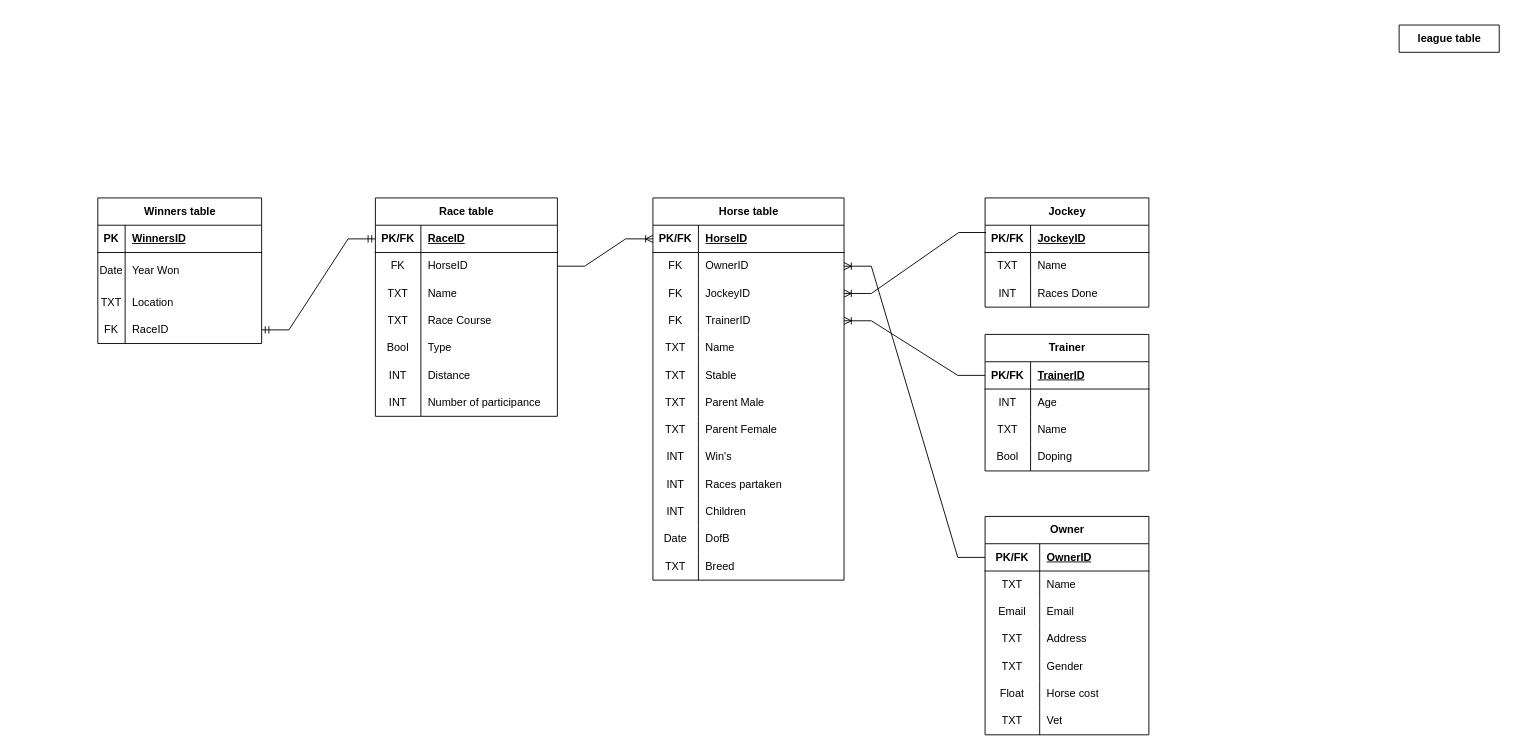
Above: Untitled Diagram.drawio in MRVN11/Database-ER-diagram (draw.io), before the change. Source tidied: cells renumbered, new cells numbered last; positions are measured from the earlier drawing's top-left corner, leaving out a move shared by most shapes. Both pictures are drawn from the tidied source at 91%, with x=0, y=0 at pixel (43, 25).
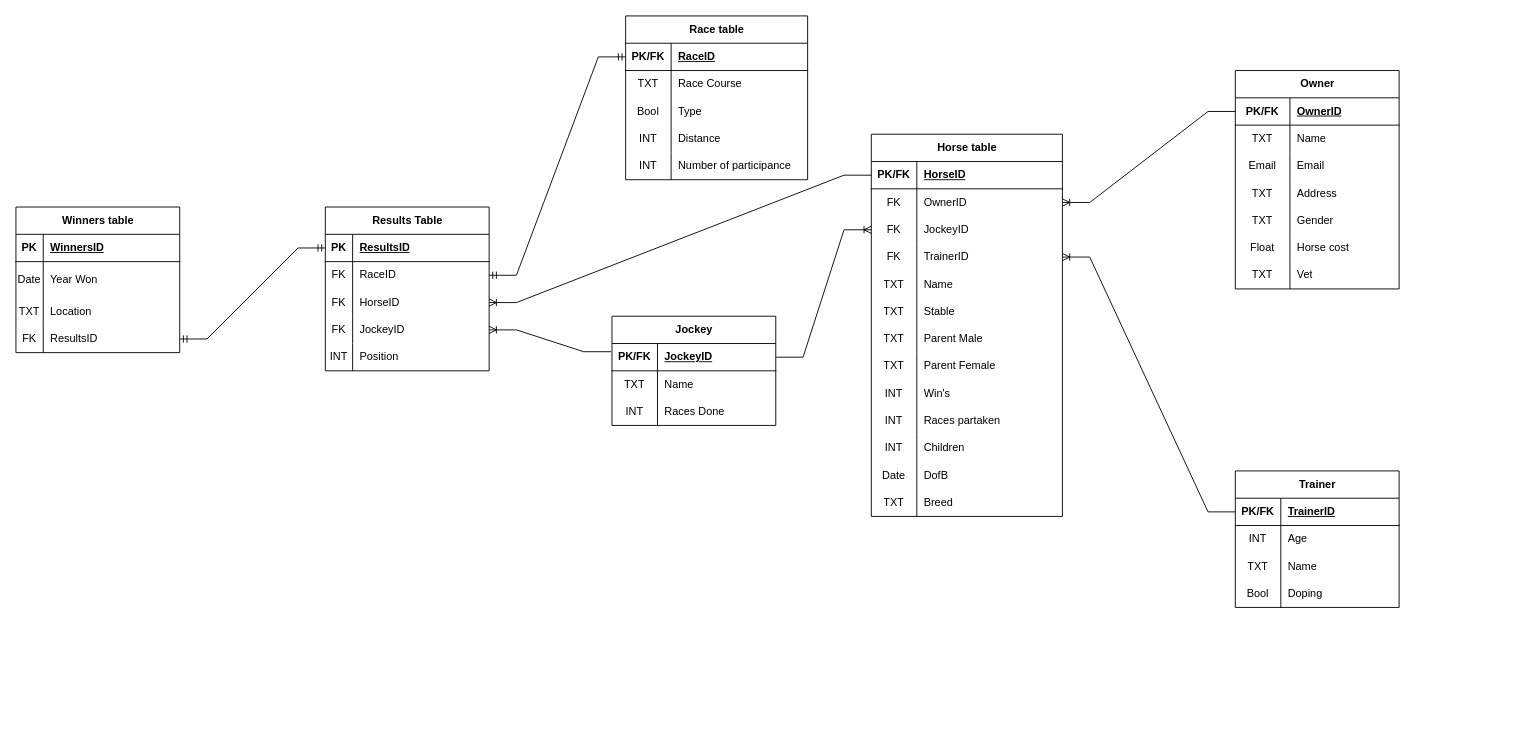
Above is the later version.

Unchanged cells that the change refers to:
```xml
<mxCell id="3" style="shape=tableRow;horizontal=0;startSize=0;swimlaneHead=0;swimlaneBody=0;fillColor=none;points=[[0,0.5],[1,0.5]];portConstraint=eastwest;top=0;left=0;right=0;bottom=1;" parent="2" vertex="1">
  <mxGeometry y="30" width="210" height="30" as="geometry" />
</mxCell>
<mxCell id="9" style="shape=tableRow;horizontal=0;startSize=0;swimlaneHead=0;swimlaneBody=0;fillColor=none;points=[[0,0.5],[1,0.5]];portConstraint=eastwest;top=0;left=0;right=0;bottom=0;" parent="2" vertex="1">
  <mxGeometry y="90" width="210" height="30" as="geometry" />
</mxCell>
<mxCell id="43" style="shape=tableRow;horizontal=0;startSize=0;swimlaneHead=0;swimlaneBody=0;fillColor=none;points=[[0,0.5],[1,0.5]];portConstraint=eastwest;top=0;left=0;right=0;bottom=1;" parent="42" vertex="1">
  <mxGeometry y="30" width="180" height="30" as="geometry" />
</mxCell>
<mxCell id="98" style="shape=tableRow;horizontal=0;startSize=0;swimlaneHead=0;swimlaneBody=0;fillColor=none;points=[[0,0.5],[1,0.5]];portConstraint=eastwest;top=0;left=0;right=0;bottom=0;" parent="88" vertex="1">
  <mxGeometry y="130" width="180" height="30" as="geometry" />
</mxCell>
<mxCell id="102" style="shape=tableRow;horizontal=0;startSize=0;swimlaneHead=0;swimlaneBody=0;fillColor=none;points=[[0,0.5],[1,0.5]];portConstraint=eastwest;top=0;left=0;right=0;bottom=1;" parent="101" vertex="1">
  <mxGeometry y="30" width="200" height="30" as="geometry" />
</mxCell>
```

Diff of the diagram source:
```diff
@@
     <mxCell id="2" value="Horse table" style="shape=table;startSize=30;childLayout=tableLayout;rowLines=0;fontStyle=1;align=center;html=1;" parent="1" vertex="1">
-      <mxGeometry x="670" y="190" width="210" height="420" as="geometry" />
+      <mxGeometry x="910" y="120" width="210" height="420" as="geometry" />
     </mxCell>
@@
     <mxCell id="42" value="Jockey" style="shape=table;startSize=30;childLayout=tableLayout;rowLines=0;fontStyle=1;align=center;html=1;" parent="1" vertex="1">
-      <mxGeometry x="1035" y="190" width="180" height="120" as="geometry" />
+      <mxGeometry x="625" y="320" width="180" height="120" as="geometry" />
     </mxCell>
@@
     <mxCell id="52" value="Owner" style="shape=table;startSize=30;childLayout=tableLayout;rowLines=0;fontStyle=1;align=center;html=1;" parent="1" vertex="1">
-      <mxGeometry x="1035" y="540" width="180" height="240" as="geometry" />
+      <mxGeometry x="1310" y="50" width="180" height="240" as="geometry" />
     </mxCell>
@@
-    <mxCell id="74" value="league table" style="shape=table;startSize=30;childLayout=tableLayout;rowLines=0;fontStyle=1;align=center;html=1;" parent="1" vertex="1" collapsed="1">
-      <mxGeometry x="1490" width="110" height="30" as="geometry" />
+    <mxCell id="74" value="Results Table" style="shape=table;startSize=30;childLayout=tableLayout;rowLines=0;fontStyle=1;align=center;html=1;" parent="1" vertex="1">
+      <mxGeometry x="310" y="200" width="180" height="180" as="geometry" />
     </mxCell>
+    <mxCell id="128" style="shape=tableRow;horizontal=0;startSize=0;swimlaneHead=0;swimlaneBody=0;fillColor=none;points=[[0,0.5],[1,0.5]];portConstraint=eastwest;top=0;left=0;right=0;bottom=1;" parent="74" vertex="1">
+      <mxGeometry y="30" width="180" height="30" as="geometry" />
+    </mxCell>
+    <mxCell id="129" value="PK" style="shape=partialRectangle;fillColor=none;top=0;left=0;bottom=0;right=0;fontStyle=1;overflow=hidden;whiteSpace=wrap;html=1;" parent="128" vertex="1">
+      <mxGeometry width="30" height="30" as="geometry" />
+    </mxCell>
+    <mxCell id="130" value="ResultsID" style="shape=partialRectangle;fillColor=none;top=0;left=0;bottom=0;right=0;align=left;spacingLeft=6;fontStyle=5;overflow=hidden;whiteSpace=wrap;html=1;" parent="128" vertex="1">
+      <mxGeometry x="30" width="150" height="30" as="geometry" />
+    </mxCell>
+    <mxCell id="131" style="shape=tableRow;horizontal=0;startSize=0;swimlaneHead=0;swimlaneBody=0;fillColor=none;points=[[0,0.5],[1,0.5]];portConstraint=eastwest;top=0;left=0;right=0;bottom=0;" parent="74" vertex="1">
+      <mxGeometry y="60" width="180" height="30" as="geometry" />
+    </mxCell>
+    <mxCell id="132" value="FK" style="shape=partialRectangle;fillColor=none;top=0;left=0;bottom=0;right=0;overflow=hidden;whiteSpace=wrap;html=1;" parent="131" vertex="1">
+      <mxGeometry width="30" height="30" as="geometry" />
+    </mxCell>
+    <mxCell id="133" value="RaceID" style="shape=partialRectangle;fillColor=none;top=0;left=0;bottom=0;right=0;align=left;spacingLeft=6;overflow=hidden;whiteSpace=wrap;html=1;" parent="131" vertex="1">
+      <mxGeometry x="30" width="150" height="30" as="geometry" />
+    </mxCell>
+    <mxCell id="134" style="shape=tableRow;horizontal=0;startSize=0;swimlaneHead=0;swimlaneBody=0;fillColor=none;points=[[0,0.5],[1,0.5]];portConstraint=eastwest;top=0;left=0;right=0;bottom=0;" parent="74" vertex="1">
+      <mxGeometry y="90" width="180" height="30" as="geometry" />
+    </mxCell>
+    <mxCell id="135" value="FK" style="shape=partialRectangle;fillColor=none;top=0;left=0;bottom=0;right=0;overflow=hidden;whiteSpace=wrap;html=1;" parent="134" vertex="1">
+      <mxGeometry width="30" height="30" as="geometry" />
+    </mxCell>
+    <mxCell id="107" value="HorseID" style="shape=partialRectangle;fillColor=none;top=0;left=0;bottom=0;right=0;align=left;spacingLeft=6;overflow=hidden;whiteSpace=wrap;html=1;" parent="134" vertex="1">
+      <mxGeometry x="30" width="150" height="30" as="geometry" />
+    </mxCell>
+    <mxCell id="136" style="shape=tableRow;horizontal=0;startSize=0;swimlaneHead=0;swimlaneBody=0;fillColor=none;points=[[0,0.5],[1,0.5]];portConstraint=eastwest;top=0;left=0;right=0;bottom=0;" parent="74" vertex="1">
+      <mxGeometry y="120" width="180" height="30" as="geometry" />
+    </mxCell>
+    <mxCell id="137" value="FK" style="shape=partialRectangle;fillColor=none;top=0;left=0;bottom=0;right=0;overflow=hidden;whiteSpace=wrap;html=1;" parent="136" vertex="1">
+      <mxGeometry width="30" height="30" as="geometry" />
+    </mxCell>
+    <mxCell id="138" value="JockeyID" style="shape=partialRectangle;fillColor=none;top=0;left=0;bottom=0;right=0;align=left;spacingLeft=6;overflow=hidden;whiteSpace=wrap;html=1;" parent="136" vertex="1">
+      <mxGeometry x="30" width="150" height="30" as="geometry" />
+    </mxCell>
+    <mxCell id="139" style="shape=tableRow;horizontal=0;startSize=0;swimlaneHead=0;swimlaneBody=0;fillColor=none;top=0;left=0;right=0;bottom=0;" parent="74" vertex="1">
+      <mxGeometry y="150" width="180" height="30" as="geometry" />
+    </mxCell>
+    <mxCell id="140" value="INT" style="shape=partialRectangle;fillColor=none;top=0;left=0;bottom=0;right=0;overflow=hidden;whiteSpace=wrap;html=1;" parent="139" vertex="1">
+      <mxGeometry width="30" height="30" as="geometry" />
+    </mxCell>
+    <mxCell id="141" value="Position" style="shape=partialRectangle;fillColor=none;top=0;left=0;bottom=0;right=0;align=left;spacingLeft=6;overflow=hidden;whiteSpace=wrap;html=1;" parent="139" vertex="1">
+      <mxGeometry x="30" width="150" height="30" as="geometry" />
+    </mxCell>
     <mxCell id="75" value="Trainer" style="shape=table;startSize=30;childLayout=tableLayout;rowLines=0;fontStyle=1;align=center;html=1;" parent="1" vertex="1">
-      <mxGeometry x="1035" y="340" width="180" height="150" as="geometry" />
+      <mxGeometry x="1310" y="490" width="180" height="150" as="geometry" />
     </mxCell>
@@
     <mxCell id="88" value="Winners table" style="shape=table;startSize=30;childLayout=tableLayout;rowLines=0;fontStyle=1;align=center;html=1;" parent="1" vertex="1">
-      <mxGeometry x="60" y="190" width="180" height="160" as="geometry" />
+      <mxGeometry x="-30" y="200" width="180" height="160" as="geometry" />
     </mxCell>
@@
-    <mxCell id="100" value="RaceID" style="shape=partialRectangle;fillColor=none;top=0;left=0;bottom=0;right=0;align=left;spacingLeft=6;overflow=hidden;whiteSpace=wrap;html=1;" parent="98" vertex="1">
+    <mxCell id="100" value="ResultsID" style="shape=partialRectangle;fillColor=none;top=0;left=0;bottom=0;right=0;align=left;spacingLeft=6;overflow=hidden;whiteSpace=wrap;html=1;" parent="98" vertex="1">
       <mxGeometry x="30" width="150" height="30" as="geometry" />
     </mxCell>
     <mxCell id="101" value="Race table" style="shape=table;startSize=30;childLayout=tableLayout;rowLines=0;fontStyle=1;align=center;html=1;" parent="1" vertex="1">
-      <mxGeometry x="365" y="190" width="200" height="240" as="geometry" />
+      <mxGeometry x="640" y="-10" width="200" height="180" as="geometry" />
     </mxCell>
@@
-    <mxCell id="105" style="shape=tableRow;horizontal=0;startSize=0;swimlaneHead=0;swimlaneBody=0;fillColor=none;points=[[0,0.5],[1,0.5]];portConstraint=eastwest;top=0;left=0;right=0;bottom=0;" parent="101" vertex="1">
-      <mxGeometry y="60" width="200" height="30" as="geometry" />
-    </mxCell>
-    <mxCell id="106" value="FK" style="shape=partialRectangle;fillColor=none;top=0;left=0;bottom=0;right=0;overflow=hidden;whiteSpace=wrap;html=1;" parent="105" vertex="1">
-      <mxGeometry width="50" height="30" as="geometry" />
-    </mxCell>
-    <mxCell id="107" value="HorseID" style="shape=partialRectangle;fillColor=none;top=0;left=0;bottom=0;right=0;align=left;spacingLeft=6;overflow=hidden;whiteSpace=wrap;html=1;" parent="105" vertex="1">
-      <mxGeometry x="50" width="150" height="30" as="geometry" />
-    </mxCell>
-    <mxCell id="108" style="shape=tableRow;horizontal=0;startSize=0;swimlaneHead=0;swimlaneBody=0;fillColor=none;top=0;left=0;right=0;bottom=0;" parent="101" vertex="1">
-      <mxGeometry y="90" width="200" height="30" as="geometry" />
-    </mxCell>
-    <mxCell id="109" value="TXT" style="shape=partialRectangle;fillColor=none;top=0;left=0;bottom=0;right=0;overflow=hidden;whiteSpace=wrap;html=1;" parent="108" vertex="1">
-      <mxGeometry width="50" height="30" as="geometry" />
-    </mxCell>
-    <mxCell id="110" value="Name" style="shape=partialRectangle;fillColor=none;top=0;left=0;bottom=0;right=0;align=left;spacingLeft=6;overflow=hidden;whiteSpace=wrap;html=1;" parent="108" vertex="1">
-      <mxGeometry x="50" width="150" height="30" as="geometry" />
-    </mxCell>
     <mxCell id="111" style="shape=tableRow;horizontal=0;startSize=0;swimlaneHead=0;swimlaneBody=0;fillColor=none;top=0;left=0;right=0;bottom=0;" parent="101" vertex="1">
-      <mxGeometry y="120" width="200" height="30" as="geometry" />
+      <mxGeometry y="60" width="200" height="30" as="geometry" />
     </mxCell>
@@
     <mxCell id="114" style="shape=tableRow;horizontal=0;startSize=0;swimlaneHead=0;swimlaneBody=0;fillColor=none;top=0;left=0;right=0;bottom=0;" parent="101" vertex="1">
-      <mxGeometry y="150" width="200" height="30" as="geometry" />
+      <mxGeometry y="90" width="200" height="30" as="geometry" />
     </mxCell>
@@
     <mxCell id="117" style="shape=tableRow;horizontal=0;startSize=0;swimlaneHead=0;swimlaneBody=0;fillColor=none;top=0;left=0;right=0;bottom=0;" parent="101" vertex="1">
-      <mxGeometry y="180" width="200" height="30" as="geometry" />
+      <mxGeometry y="120" width="200" height="30" as="geometry" />
     </mxCell>
@@
     <mxCell id="120" style="shape=tableRow;horizontal=0;startSize=0;swimlaneHead=0;swimlaneBody=0;fillColor=none;top=0;left=0;right=0;bottom=0;" parent="101" vertex="1">
-      <mxGeometry y="210" width="200" height="30" as="geometry" />
+      <mxGeometry y="150" width="200" height="30" as="geometry" />
     </mxCell>
@@
-    <mxCell id="123" style="edgeStyle=entityRelationEdgeStyle;fontSize=12;html=1;endArrow=ERmandOne;startArrow=ERmandOne;rounded=0;entryX=0;entryY=0.5;entryDx=0;entryDy=0;" parent="1" edge="1" source="98" target="102">
-      <mxGeometry relative="1" as="geometry" />
-    </mxCell>
@@
-    <mxCell id="126" style="edgeStyle=entityRelationEdgeStyle;fontSize=12;html=1;endArrow=ERoneToMany;rounded=0;entryX=0;entryY=0.5;entryDx=0;entryDy=0;exitX=1;exitY=0.5;exitDx=0;exitDy=0;" parent="1" edge="1" source="105" target="3">
-      <mxGeometry relative="1" as="geometry">
-        <Array as="points">
-          <mxPoint y="300" />
-          <mxPoint x="480" y="70" />
-        </Array>
-      </mxGeometry>
-    </mxCell>
-    <mxCell id="127" style="edgeStyle=entityRelationEdgeStyle;fontSize=12;html=1;endArrow=ERoneToMany;rounded=0;exitX=0.006;exitY=0.267;exitDx=0;exitDy=0;exitPerimeter=0;entryX=1;entryY=0.5;entryDx=0;entryDy=0;" parent="1" edge="1" source="43" target="9">
+    <mxCell id="127" style="edgeStyle=entityRelationEdgeStyle;fontSize=12;html=1;endArrow=ERoneToMany;rounded=0;exitX=1;exitY=0.5;exitDx=0;exitDy=0;entryX=0;entryY=0.5;entryDx=0;entryDy=0;" parent="1" edge="1" source="43" target="9">
       <mxGeometry relative="1" as="geometry" />
     </mxCell>
+    <mxCell id="142" style="edgeStyle=entityRelationEdgeStyle;fontSize=12;html=1;endArrow=ERmandOne;startArrow=ERmandOne;rounded=0;entryX=0;entryY=0.5;entryDx=0;entryDy=0;exitX=1;exitY=0.5;exitDx=0;exitDy=0;" parent="1" edge="1" source="131" target="102">
+      <mxGeometry relative="1" as="geometry" />
+    </mxCell>
+    <mxCell id="143" style="edgeStyle=entityRelationEdgeStyle;fontSize=12;html=1;endArrow=ERoneToMany;rounded=0;exitX=0;exitY=0.5;exitDx=0;exitDy=0;entryX=1;entryY=0.5;entryDx=0;entryDy=0;" parent="1" edge="1" source="3" target="134">
+      <mxGeometry relative="1" as="geometry" />
+    </mxCell>
+    <mxCell id="144" style="edgeStyle=entityRelationEdgeStyle;fontSize=12;html=1;endArrow=ERoneToMany;rounded=0;exitX=-0.006;exitY=0.3;exitDx=0;exitDy=0;exitPerimeter=0;entryX=1;entryY=0.5;entryDx=0;entryDy=0;" parent="1" edge="1" source="43" target="136">
+      <mxGeometry relative="1" as="geometry" />
+    </mxCell>
+    <mxCell id="145" style="edgeStyle=entityRelationEdgeStyle;fontSize=12;html=1;endArrow=ERmandOne;startArrow=ERmandOne;rounded=0;entryX=0;entryY=0.5;entryDx=0;entryDy=0;exitX=1;exitY=0.5;exitDx=0;exitDy=0;" parent="1" edge="1" source="98" target="128">
+      <mxGeometry relative="1" as="geometry" />
+    </mxCell>
```
